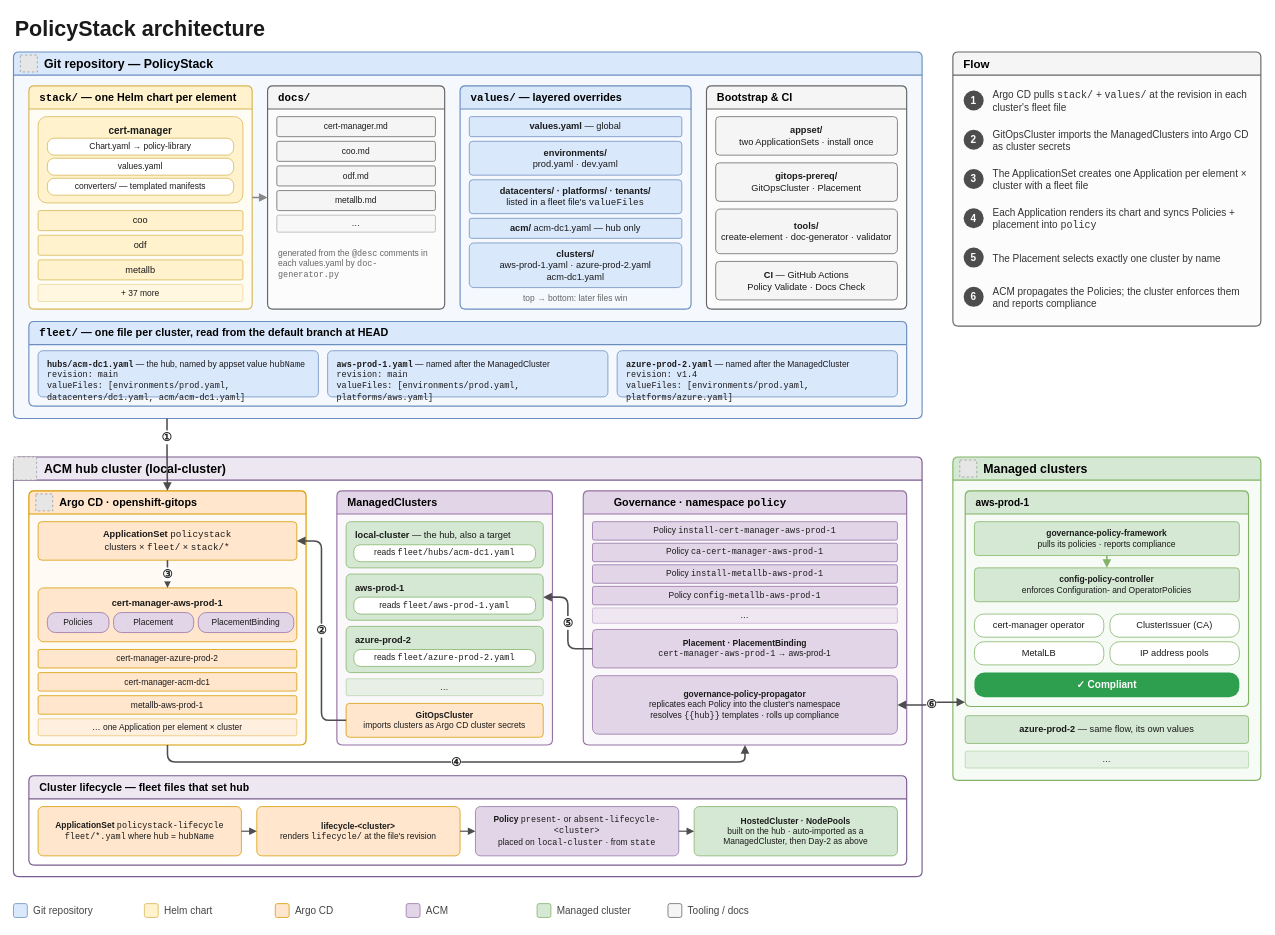
PolicyStack/PolicyStack keeps this draw.io diagram as diagrams/architecture.drawio. Above is the earlier version. Source tidied: cells renumbered, new cells numbered last; positions are measured from the earlier drawing's top-left corner, leaving out a move shared by most shapes. Both pictures are drawn from the tidied source at 77%, with x=0, y=0 at pixel (13, 13). Pictures stored in the file or linked from it are replaced by grey dashed boxes.
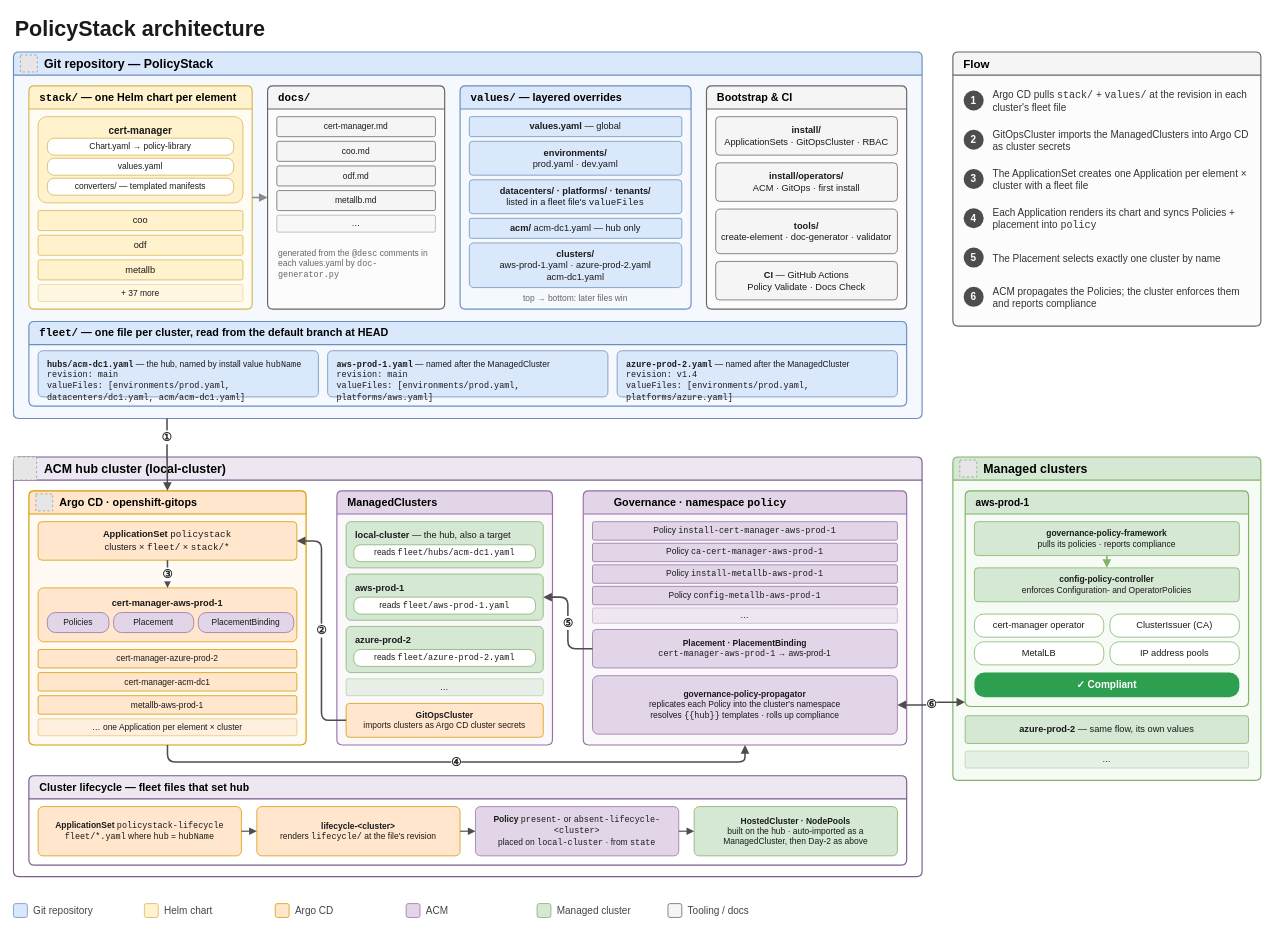
The same page after the edit.

The change refers to these unchanged cells:
```xml
<mxCell id="28" value="Bootstrap &amp;amp; CI" style="swimlane;html=1;whiteSpace=wrap;startSize=30;fillColor=#f5f5f5;strokeColor=#666666;swimlaneFillColor=#fcfcfc;fontStyle=1;fontSize=14;rounded=1;absoluteArcSize=1;arcSize=14;strokeWidth=1.5;align=left;spacingLeft=12;" parent="3" vertex="1">
  <mxGeometry x="900" y="44" width="260" height="290" as="geometry" />
</mxCell>
<mxCell id="33" value="&lt;font face=&quot;Courier New&quot;&gt;fleet/&lt;/font&gt; — one file per cluster, read from the default branch at HEAD" style="swimlane;html=1;whiteSpace=wrap;startSize=30;fillColor=#dae8fc;strokeColor=#6c8ebf;swimlaneFillColor=#f5f9fe;fontStyle=1;fontSize=14;rounded=1;absoluteArcSize=1;arcSize=14;strokeWidth=1.5;align=left;spacingLeft=12;" parent="3" vertex="1">
  <mxGeometry x="20" y="350" width="1140" height="110" as="geometry" />
</mxCell>
```

Change to the diagram source:
```diff
@@
-    <mxCell id="29" value="&lt;b&gt;appset/&lt;/b&gt;&lt;br&gt;two ApplicationSets · install once" style="html=1;whiteSpace=wrap;fontSize=12;rounded=1;arcSize=10;fillColor=#f5f5f5;strokeColor=#666666;fontColor=#1a1a1a;align=center;verticalAlign=middle;spacingLeft=6;spacingRight=6;" parent="28" vertex="1">
+    <mxCell id="29" value="&lt;b&gt;install/&lt;/b&gt;&lt;br&gt;ApplicationSets · GitOpsCluster · RBAC" style="html=1;whiteSpace=wrap;fontSize=12;rounded=1;arcSize=10;fillColor=#f5f5f5;strokeColor=#666666;fontColor=#1a1a1a;align=center;verticalAlign=middle;spacingLeft=6;spacingRight=6;" parent="28" vertex="1">
       <mxGeometry x="12" y="40" width="236" height="50" as="geometry" />
     </mxCell>
-    <mxCell id="30" value="&lt;b&gt;gitops-prereq/&lt;/b&gt;&lt;br&gt;GitOpsCluster · Placement" style="html=1;whiteSpace=wrap;fontSize=12;rounded=1;arcSize=10;fillColor=#f5f5f5;strokeColor=#666666;fontColor=#1a1a1a;align=center;verticalAlign=middle;spacingLeft=6;spacingRight=6;" parent="28" vertex="1">
+    <mxCell id="30" value="&lt;b&gt;install/operators/&lt;/b&gt;&lt;br&gt;ACM · GitOps · first install" style="html=1;whiteSpace=wrap;fontSize=12;rounded=1;arcSize=10;fillColor=#f5f5f5;strokeColor=#666666;fontColor=#1a1a1a;align=center;verticalAlign=middle;spacingLeft=6;spacingRight=6;" parent="28" vertex="1">
       <mxGeometry x="12" y="100" width="236" height="50" as="geometry" />
     </mxCell>
@@
-    <mxCell id="34" value="&lt;b&gt;&lt;font face=&quot;Courier New&quot;&gt;hubs/acm-dc1.yaml&lt;/font&gt;&lt;/b&gt; — the hub, named by appset value &lt;font face=&quot;Courier New&quot;&gt;hubName&lt;/font&gt;&lt;br&gt;&lt;font face=&quot;Courier New&quot;&gt;revision: main&lt;br&gt;valueFiles: [environments/prod.yaml, datacenters/dc1.yaml, acm/acm-dc1.yaml]&lt;/font&gt;" style="html=1;whiteSpace=wrap;fontSize=11;rounded=1;arcSize=10;fillColor=#dae8fc;strokeColor=#6c8ebf;fontColor=#1a1a1a;align=left;verticalAlign=top;spacingLeft=10;spacingRight=6;spacingTop=4;" parent="33" vertex="1">
+    <mxCell id="34" value="&lt;b&gt;&lt;font face=&quot;Courier New&quot;&gt;hubs/acm-dc1.yaml&lt;/font&gt;&lt;/b&gt; — the hub, named by install value &lt;font face=&quot;Courier New&quot;&gt;hubName&lt;/font&gt;&lt;br&gt;&lt;font face=&quot;Courier New&quot;&gt;revision: main&lt;br&gt;valueFiles: [environments/prod.yaml, datacenters/dc1.yaml, acm/acm-dc1.yaml]&lt;/font&gt;" style="html=1;whiteSpace=wrap;fontSize=11;rounded=1;arcSize=10;fillColor=#dae8fc;strokeColor=#6c8ebf;fontColor=#1a1a1a;align=left;verticalAlign=top;spacingLeft=10;spacingRight=6;spacingTop=4;" parent="33" vertex="1">
       <mxGeometry x="12" y="38" width="364" height="60" as="geometry" />
     </mxCell>
```
